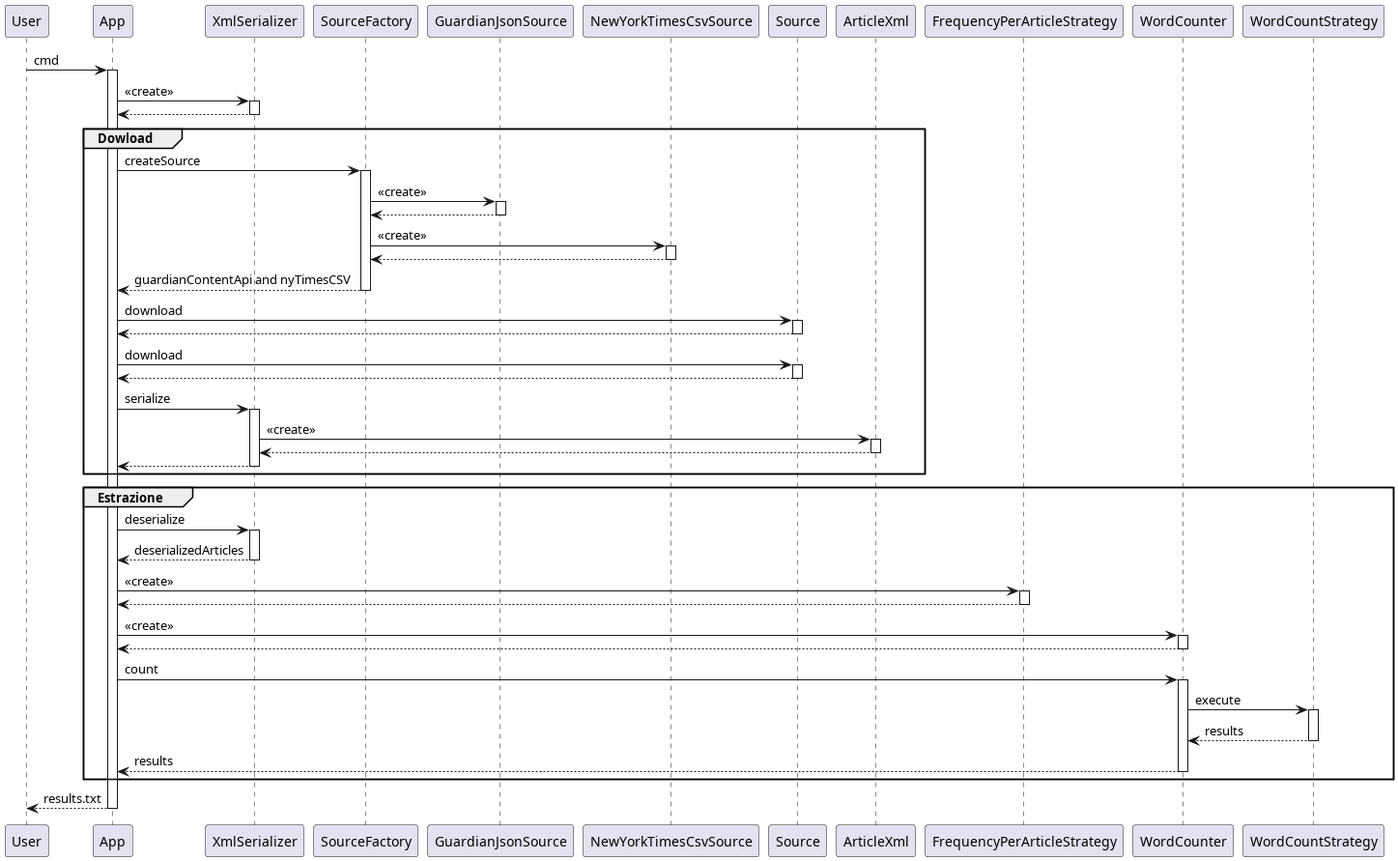
GruppoPuntoPunto/Progetto_IdS keeps this PlantUML diagram as src/site/resources/images/sequence.png. Above is the earlier version.
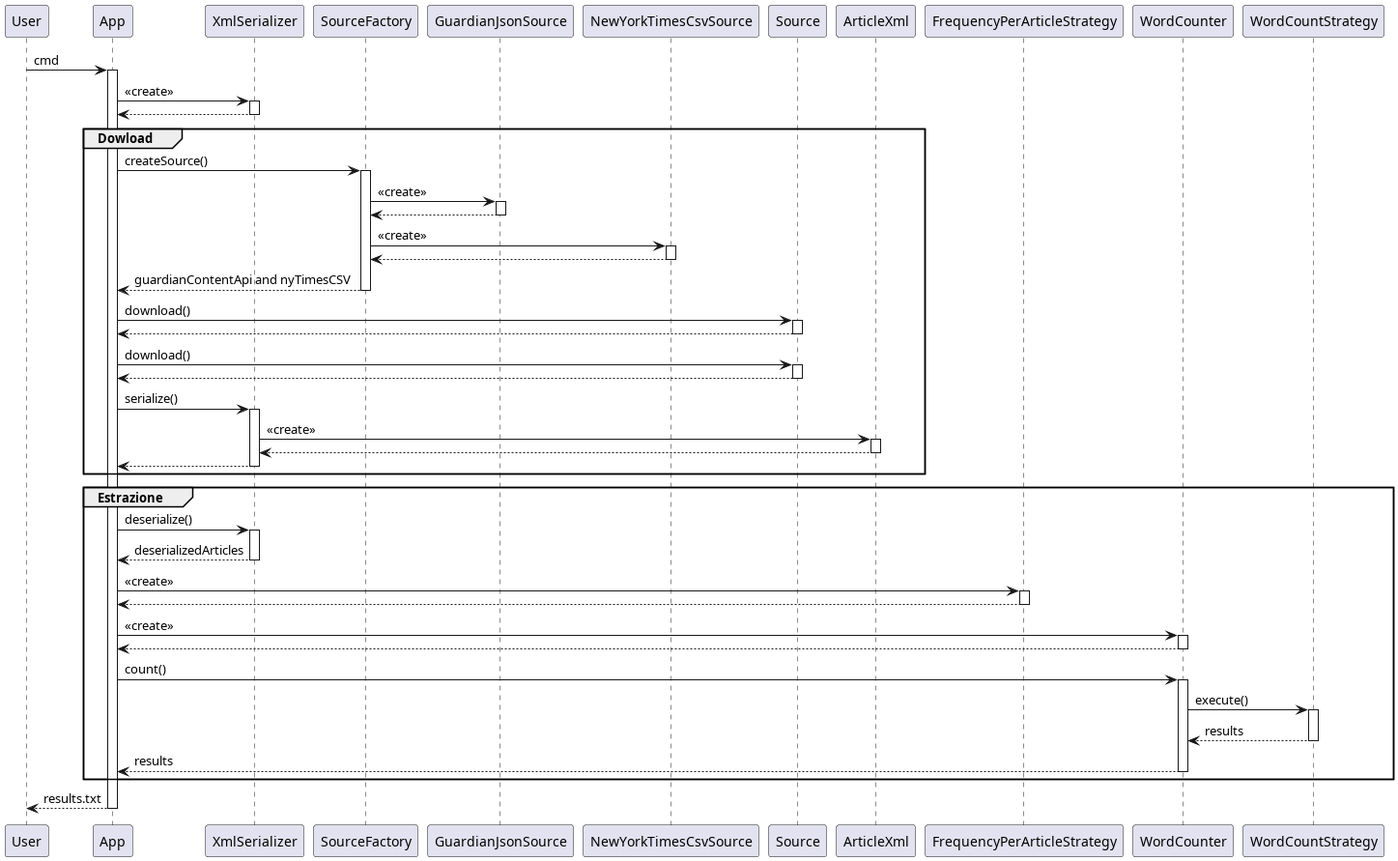
Above is the later version.

The edit, as a diff of the source:
```diff
@@ -11,7 +11,7 @@
 
 
 group Dowload
-App -> SourceFactory : createSource
+App -> SourceFactory : createSource()
 activate SourceFactory
 SourceFactory -> GuardianJsonSource : <<create>>
 activate GuardianJsonSource
@@ -23,15 +23,15 @@
 deactivate NewYorkTimesCsvSource
 SourceFactory --> App : guardianContentApi and nyTimesCSV
 deactivate SourceFactory
-App -> Source : download
+App -> Source : download()
 activate Source
 Source --> App
 deactivate Source
-App -> Source : download
+App -> Source : download()
 activate Source
 Source --> App
 deactivate Source
-App -> XmlSerializer : serialize
+App -> XmlSerializer : serialize()
 activate XmlSerializer
 XmlSerializer -> ArticleXml : <<create>>
 activate ArticleXml
@@ -43,7 +43,7 @@
 
 
 group Estrazione
-App -> XmlSerializer : deserialize
+App -> XmlSerializer : deserialize()
 activate XmlSerializer
 XmlSerializer --> App : deserializedArticles
 deactivate XmlSerializer
@@ -55,9 +55,9 @@
 activate WordCounter
 WordCounter --> App
 deactivate WordCounter
-App -> WordCounter : count
+App -> WordCounter : count()
 activate WordCounter
-WordCounter -> WordCountStrategy : execute
+WordCounter -> WordCountStrategy : execute()
 activate WordCountStrategy
 WordCountStrategy --> WordCounter : results
 deactivate WordCountStrategy
```
